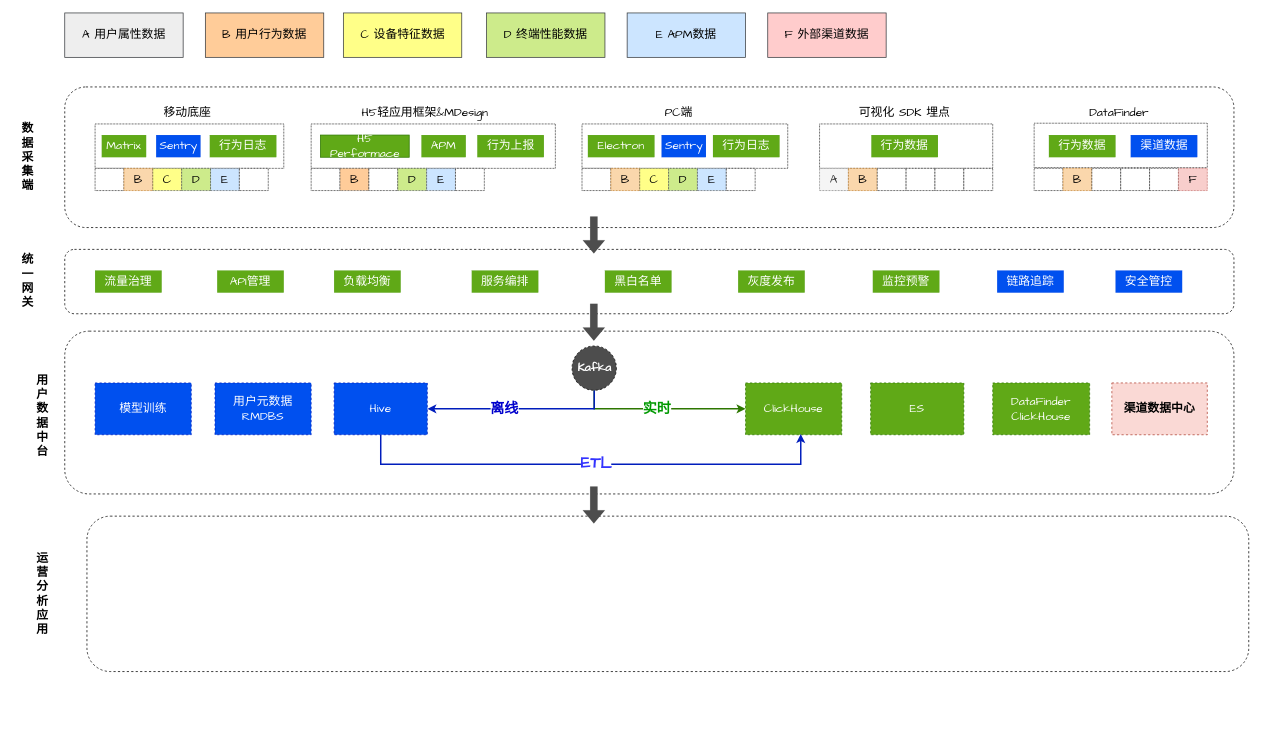
Above: Copy of arch_0045.drawio in ming3000/midea (draw.io), before the change. Source tidied: cells renumbered, new cells numbered last; positions are measured from the earlier drawing's top-left corner, leaving out a move shared by most shapes. Both pictures are drawn from the tidied source at 74%, with x=0, y=0 at pixel (13, 13).
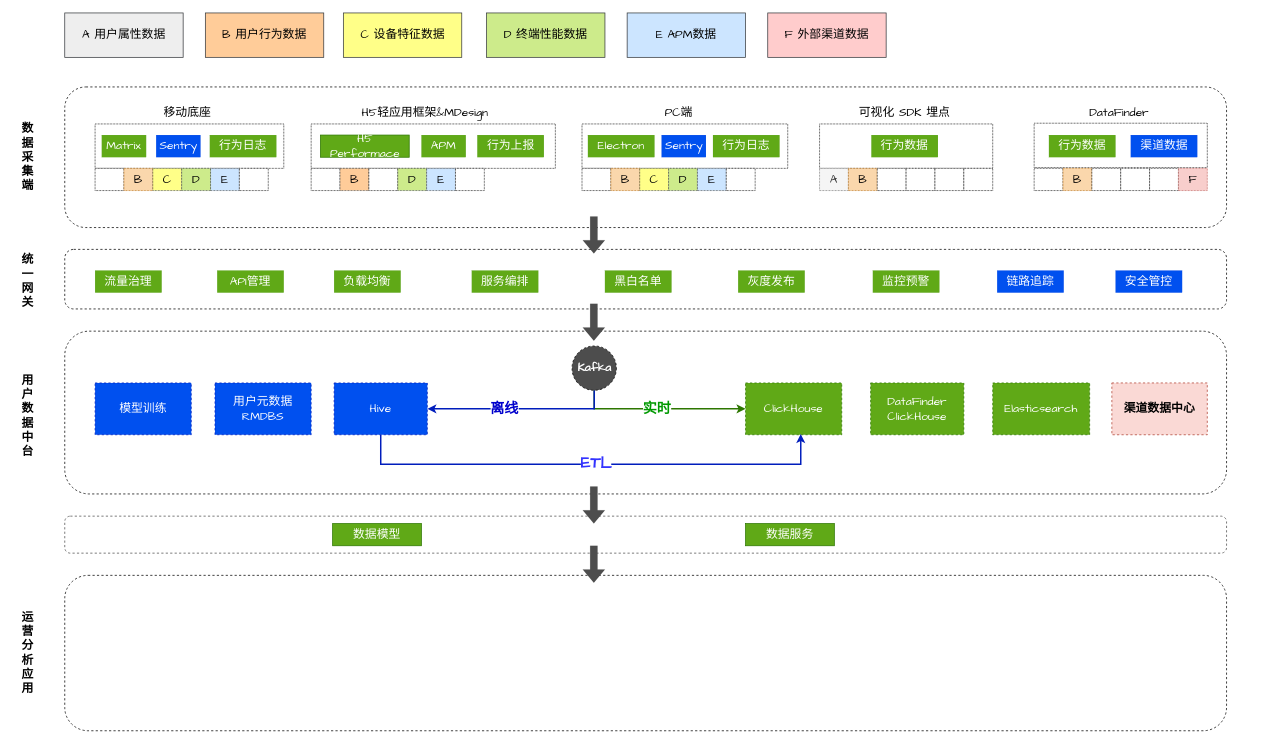
The same diagram, later.

What changed in the source:
```diff
@@
+    <mxCell id="94" style="rounded=1;whiteSpace=wrap;html=1;dashed=1;fontFamily=Comic Sans MS;fontSize=19;fontColor=#4D4D4D;strokeColor=#4D4D4D;fillColor=#FFFFFF;" parent="1" vertex="1">
+      <mxGeometry x="70" y="680" width="1570" height="50" as="geometry" />
+    </mxCell>
     <mxCell id="2" style="rounded=1;whiteSpace=wrap;html=1;dashed=1;fontSize=22;fontColor=#0000CC;fillColor=#FFFFFF;fontFamily=Comic Sans MS;" parent="1" vertex="1">
-      <mxGeometry x="70" y="430" width="1580" height="220" as="geometry" />
+      <mxGeometry x="70" y="430" width="1570" height="220" as="geometry" />
     </mxCell>
@@
     <mxCell id="7" style="rounded=1;whiteSpace=wrap;html=1;fontSize=16;dashed=1;fontFamily=Comic Sans MS;" parent="1" vertex="1">
-      <mxGeometry x="70" y="100" width="1580" height="190" as="geometry" />
+      <mxGeometry x="70" y="100" width="1570" height="190" as="geometry" />
     </mxCell>
@@
     <mxCell id="63" style="rounded=1;whiteSpace=wrap;html=1;fontSize=16;dashed=1;fontFamily=Comic Sans MS;" parent="1" vertex="1">
-      <mxGeometry x="70" y="319.5" width="1580" height="87" as="geometry" />
+      <mxGeometry x="70" y="319.5" width="1570" height="80.5" as="geometry" />
     </mxCell>
@@
     <mxCell id="70" value="用&lt;br&gt;户&lt;br&gt;数&lt;br&gt;据&lt;br&gt;中&lt;br&gt;台" style="rounded=0;whiteSpace=wrap;html=1;fontSize=16;strokeWidth=0;strokeColor=none;fontFamily=Comic Sans MS;fontStyle=1;" parent="1" vertex="1">
-      <mxGeometry x="20" y="480" width="40" height="130" as="geometry" />
+      <mxGeometry y="480" width="40" height="130" as="geometry" />
     </mxCell>
@@
-    <mxCell id="77" value="DataFinder&lt;br style=&quot;font-size: 16px&quot;&gt;ClickHouse" style="rounded=0;whiteSpace=wrap;html=1;dashed=1;fontSize=16;fontColor=#ffffff;fillColor=#60a917;strokeColor=#2D7600;fontFamily=Comic Sans MS;" parent="1" vertex="1">
+    <mxCell id="77" value="Elasticsearch" style="rounded=0;whiteSpace=wrap;html=1;dashed=1;fontSize=16;fontColor=#ffffff;fillColor=#60a917;strokeColor=#2D7600;fontFamily=Comic Sans MS;" parent="1" vertex="1">
       <mxGeometry x="1324" y="500" width="131" height="70" as="geometry" />
     </mxCell>
@@
-    <mxCell id="84" value="ES" style="rounded=0;whiteSpace=wrap;html=1;dashed=1;fontSize=16;fontColor=#ffffff;fillColor=#60a917;strokeColor=#2D7600;fontFamily=Comic Sans MS;" parent="1" vertex="1">
+    <mxCell id="84" value="DataFinder&lt;br&gt;ClickHouse" style="rounded=0;whiteSpace=wrap;html=1;dashed=1;fontSize=16;fontColor=#ffffff;fillColor=#60a917;strokeColor=#2D7600;fontFamily=Comic Sans MS;" parent="1" vertex="1">
       <mxGeometry x="1159" y="500" width="126" height="70" as="geometry" />
     </mxCell>
     <mxCell id="85" style="rounded=1;whiteSpace=wrap;html=1;dashed=1;fontSize=22;fontColor=#0000CC;fillColor=#FFFFFF;fontFamily=Comic Sans MS;" parent="1" vertex="1">
-      <mxGeometry x="100" y="680" width="1570" height="210" as="geometry" />
+      <mxGeometry x="70" y="760" width="1570" height="210" as="geometry" />
     </mxCell>
     <mxCell id="86" value="运&lt;br&gt;营&lt;br&gt;分&lt;br&gt;析&lt;br&gt;应&lt;br&gt;用" style="rounded=0;whiteSpace=wrap;html=1;fontSize=16;strokeWidth=0;strokeColor=none;fontFamily=Comic Sans MS;fontStyle=1;" parent="1" vertex="1">
-      <mxGeometry x="20" y="720" width="40" height="130" as="geometry" />
+      <mxGeometry y="800" width="40" height="130" as="geometry" />
     </mxCell>
@@
+    <mxCell id="95" style="shape=flexArrow;endArrow=classic;html=1;rounded=0;fontSize=16;fillColor=#4D4D4D;strokeWidth=0;fontFamily=Comic Sans MS;" parent="1" edge="1">
+      <mxGeometry relative="1" as="geometry">
+        <mxPoint x="785" y="720" as="sourcePoint" />
+        <mxPoint x="785" y="770" as="targetPoint" />
+      </mxGeometry>
+    </mxCell>
+    <mxCell id="96" value="数据模型" style="rounded=0;whiteSpace=wrap;html=1;fillColor=#60a917;fontColor=#ffffff;strokeColor=#2D7600;fontSize=16;fontFamily=Comic Sans MS;" parent="1" vertex="1">
+      <mxGeometry x="432" y="690" width="120" height="30" as="geometry" />
+    </mxCell>
+    <mxCell id="97" value="数据服务" style="rounded=0;whiteSpace=wrap;html=1;fillColor=#60a917;fontColor=#ffffff;strokeColor=#2D7600;fontSize=16;fontFamily=Comic Sans MS;" parent="1" vertex="1">
+      <mxGeometry x="990" y="690" width="120" height="30" as="geometry" />
+    </mxCell>
```
